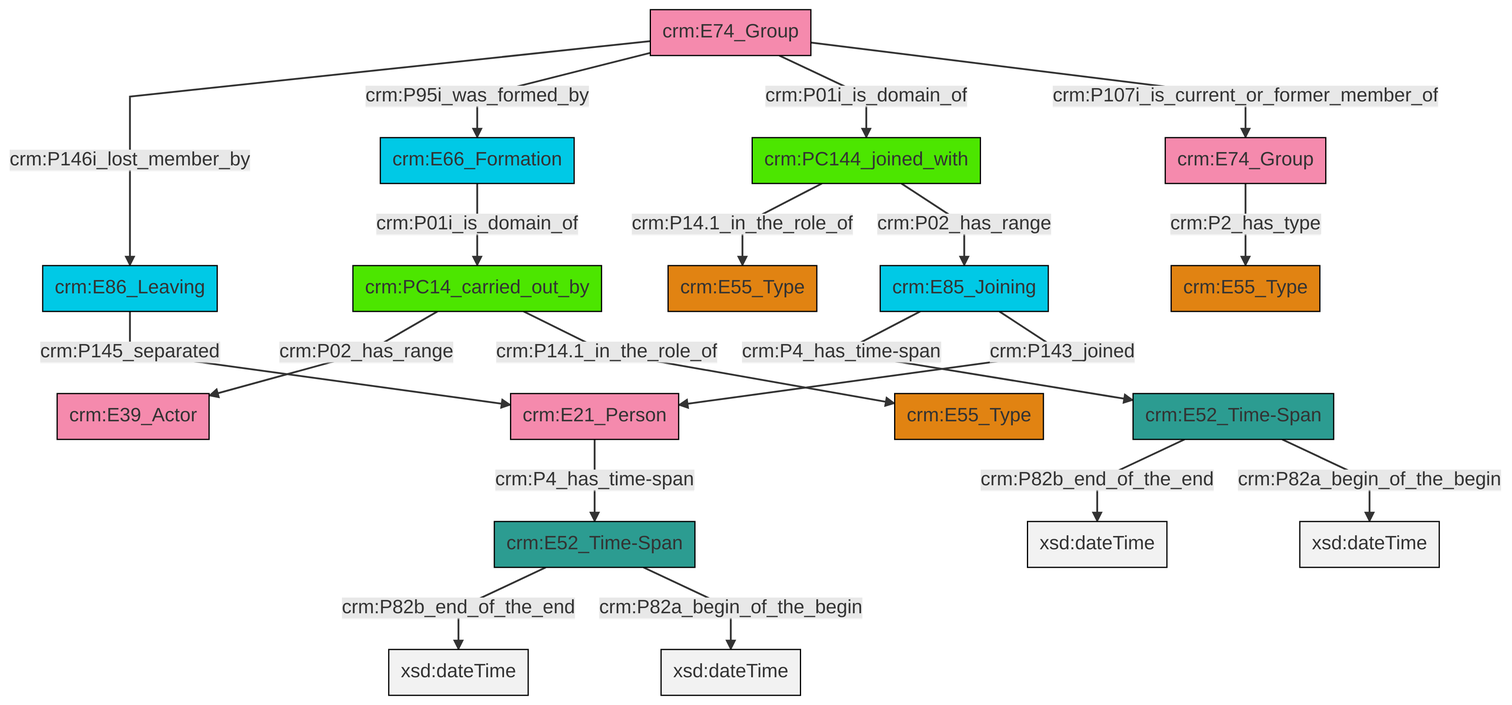
Before: et/groupCSV/ttl/mmd/png/group_actor_relations.png, a diagram exported from Mermaid (swiss-art-research-net/docs.swissartresearch). Its source is kept beside it as et/groupCSV/ttl/mmd/group_actor_relations.ttl.mmd.
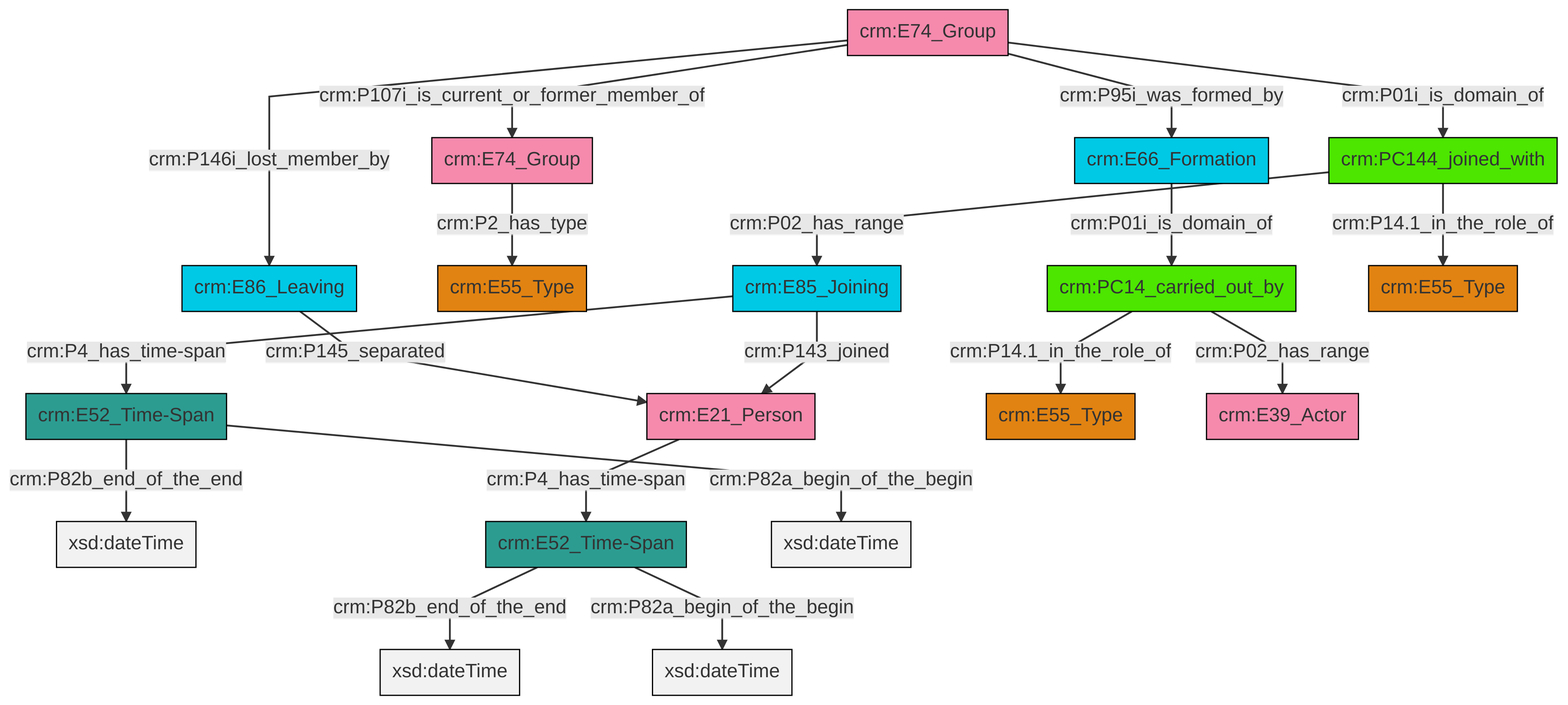
After the commit.

The edit, as a diff of the source:
```diff
@@ -13,21 +13,21 @@
 classDef PC_Classes fill:#4ce600, stroke:#000000;
 classDef Multi fill:#cccccc,stroke:#000000;
 
-0["crm:PC14_carried_out_by"]:::PC_Classes -->|crm:P02_has_range| 1["crm:E39_Actor"]:::Actor
-2["crm:PC144_joined_with"]:::PC_Classes -->|crm:P14.1_in_the_role_of| 3["crm:E55_Type"]:::Type
-7["crm:E86_Leaving"]:::Temporal_Entity -->|crm:P145_separated| 8["crm:E21_Person"]:::Actor
-5["crm:E52_Time-Span"]:::Time-Span -->|crm:P82b_end_of_the_end| 10[xsd:dateTime]:::Literal
-14["crm:E74_Group"]:::Actor -->|crm:P2_has_type| 15["crm:E55_Type"]:::Type
-18["crm:E85_Joining"]:::Temporal_Entity -->|crm:P4_has_time-span| 5["crm:E52_Time-Span"]:::Time-Span
-19["crm:E74_Group"]:::Actor -->|crm:P146i_lost_member_by| 7["crm:E86_Leaving"]:::Temporal_Entity
-22["crm:E66_Formation"]:::Temporal_Entity -->|crm:P01i_is_domain_of| 0["crm:PC14_carried_out_by"]:::PC_Classes
-5["crm:E52_Time-Span"]:::Time-Span -->|crm:P82a_begin_of_the_begin| 24[xsd:dateTime]:::Literal
-2["crm:PC144_joined_with"]:::PC_Classes -->|crm:P02_has_range| 18["crm:E85_Joining"]:::Temporal_Entity
-12["crm:E52_Time-Span"]:::Time-Span -->|crm:P82b_end_of_the_end| 26[xsd:dateTime]:::Literal
-0["crm:PC14_carried_out_by"]:::PC_Classes -->|crm:P14.1_in_the_role_of| 29["crm:E55_Type"]:::Type
-12["crm:E52_Time-Span"]:::Time-Span -->|crm:P82a_begin_of_the_begin| 30[xsd:dateTime]:::Literal
-19["crm:E74_Group"]:::Actor -->|crm:P95i_was_formed_by| 22["crm:E66_Formation"]:::Temporal_Entity
-19["crm:E74_Group"]:::Actor -->|crm:P01i_is_domain_of| 2["crm:PC144_joined_with"]:::PC_Classes
-18["crm:E85_Joining"]:::Temporal_Entity -->|crm:P143_joined| 8["crm:E21_Person"]:::Actor
-19["crm:E74_Group"]:::Actor -->|crm:P107i_is_current_or_former_member_of| 14["crm:E74_Group"]:::Actor
-8["crm:E21_Person"]:::Actor -->|crm:P4_has_time-span| 12["crm:E52_Time-Span"]:::Time-Span
+0["crm:E74_Group"]:::Actor -->|crm:P146i_lost_member_by| 1["crm:E86_Leaving"]:::Temporal_Entity
+1["crm:E86_Leaving"]:::Temporal_Entity -->|crm:P145_separated| 6["crm:E21_Person"]:::Actor
+0["crm:E74_Group"]:::Actor -->|crm:P107i_is_current_or_former_member_of| 9["crm:E74_Group"]:::Actor
+10["crm:E85_Joining"]:::Temporal_Entity -->|crm:P4_has_time-span| 4["crm:E52_Time-Span"]:::Time-Span
+4["crm:E52_Time-Span"]:::Time-Span -->|crm:P82b_end_of_the_end| 11[xsd:dateTime]:::Literal
+14["crm:E52_Time-Span"]:::Time-Span -->|crm:P82b_end_of_the_end| 16[xsd:dateTime]:::Literal
+10["crm:E85_Joining"]:::Temporal_Entity -->|crm:P143_joined| 6["crm:E21_Person"]:::Actor
+18["crm:PC14_carried_out_by"]:::PC_Classes -->|crm:P02_has_range| 19["crm:E39_Actor"]:::Actor
+2["crm:E66_Formation"]:::Temporal_Entity -->|crm:P01i_is_domain_of| 18["crm:PC14_carried_out_by"]:::PC_Classes
+24["crm:PC144_joined_with"]:::PC_Classes -->|crm:P14.1_in_the_role_of| 25["crm:E55_Type"]:::Type
+6["crm:E21_Person"]:::Actor -->|crm:P4_has_time-span| 14["crm:E52_Time-Span"]:::Time-Span
+9["crm:E74_Group"]:::Actor -->|crm:P2_has_type| 7["crm:E55_Type"]:::Type
+4["crm:E52_Time-Span"]:::Time-Span -->|crm:P82a_begin_of_the_begin| 26[xsd:dateTime]:::Literal
+24["crm:PC144_joined_with"]:::PC_Classes -->|crm:P02_has_range| 10["crm:E85_Joining"]:::Temporal_Entity
+18["crm:PC14_carried_out_by"]:::PC_Classes -->|crm:P14.1_in_the_role_of| 12["crm:E55_Type"]:::Type
+0["crm:E74_Group"]:::Actor -->|crm:P95i_was_formed_by| 2["crm:E66_Formation"]:::Temporal_Entity
+0["crm:E74_Group"]:::Actor -->|crm:P01i_is_domain_of| 24["crm:PC144_joined_with"]:::PC_Classes
+14["crm:E52_Time-Span"]:::Time-Span -->|crm:P82a_begin_of_the_begin| 30[xsd:dateTime]:::Literal
```
